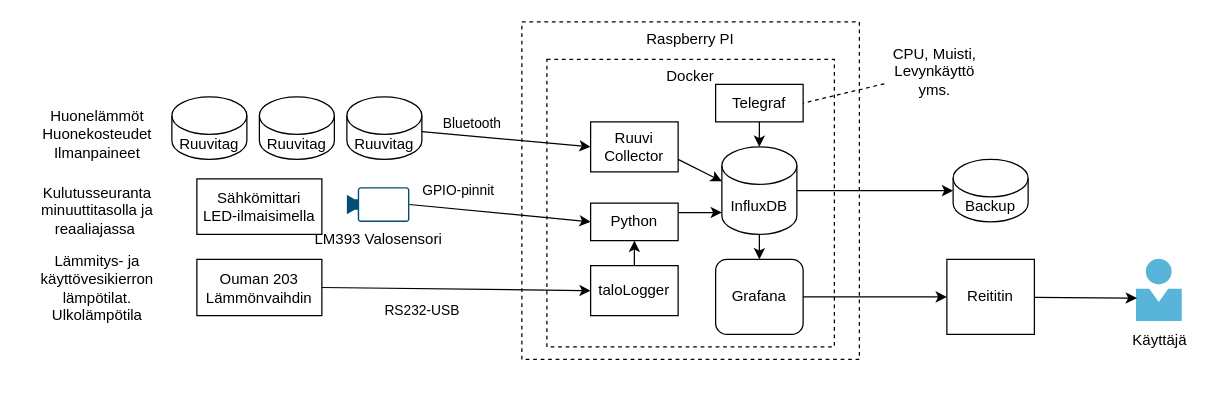
galigula2/Talonvalvonta keeps this draw.io diagram as diagrams/Talonvalvonta.drawio. Above is the earlier version. Source tidied: cells renumbered, new cells numbered last; positions are measured from the earlier drawing's top-left corner, leaving out a move shared by most shapes. Both pictures are drawn from the tidied source at 125%, with x=0, y=0 at pixel (28, 21).
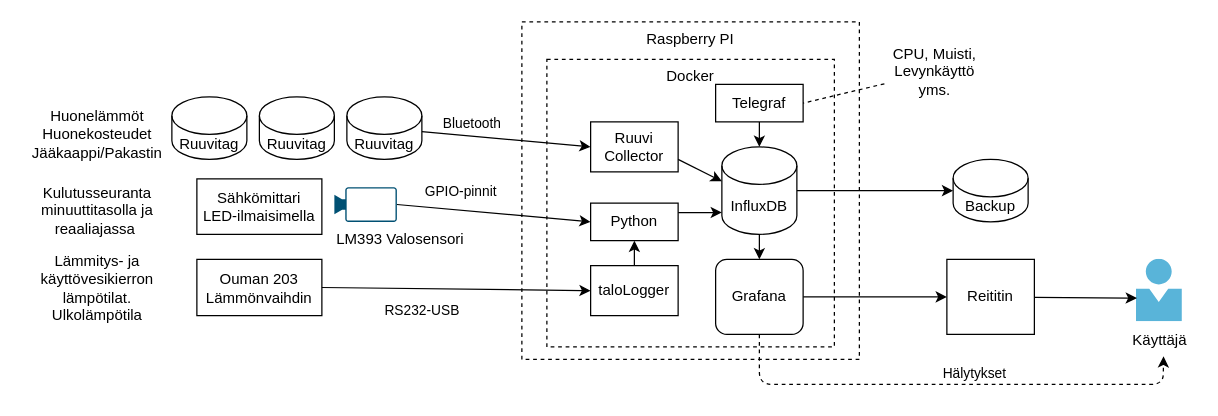
Above is the later version.

Commit message (it also covers changes not shown here):
Add alarms to diagrams

Unchanged cells that the change refers to:
```xml
<mxCell id="7" value="Grafana" style="rounded=1;whiteSpace=wrap;html=1;align=center;verticalAlign=middle;" parent="1" vertex="1">
  <mxGeometry x="550" y="190" width="70" height="60" as="geometry" />
</mxCell>
<mxCell id="17" style="rounded=0;jettySize=auto;html=1;entryX=0;entryY=0.5;entryDx=0;entryDy=0;exitX=1;exitY=0.5;exitDx=0;exitDy=0;exitPerimeter=0;" parent="1" edge="1" source="19" target="10">
  <mxGeometry relative="1" as="geometry" />
</mxCell>
<mxCell id="25" value="Käyttäjä" style="text;html=1;align=center;verticalAlign=middle;points=[];strokeColor=none;" parent="1" vertex="1">
  <mxGeometry x="875" y="245" width="60" height="20" as="geometry" />
</mxCell>
```

The edit, as a diff of the source:
```diff
@@
+    <mxCell id="40" style="edgeStyle=none;html=1;entryX=0.556;entryY=1.125;entryDx=0;entryDy=0;entryPerimeter=0;dashed=1;endArrow=classic;endFill=1;" parent="1" edge="1" source="7" target="25">
+      <mxGeometry relative="1" as="geometry">
+        <Array as="points">
+          <mxPoint x="585" y="290" />
+          <mxPoint x="908" y="290" />
+        </Array>
+      </mxGeometry>
+    </mxCell>
+    <mxCell id="41" value="Hälytykset" style="edgeLabel;html=1;align=center;verticalAlign=middle;" parent="40" vertex="1">
+      <mxGeometry x="0.24" y="1" relative="1" as="geometry">
+        <mxPoint x="-28" y="-9" as="offset" />
+      </mxGeometry>
+    </mxCell>
@@
     <mxCell id="18" value="GPIO-pinnit" style="edgeLabel;html=1;align=center;verticalAlign=middle;" parent="17" vertex="1">
       <mxGeometry x="-0.44" y="-1" relative="1" as="geometry">
-        <mxPoint x="-2" y="-17" as="offset" />
+        <mxPoint x="7" y="-16" as="offset" />
       </mxGeometry>
     </mxCell>
-    <mxCell id="19" value="LM393 Valosensori" style="points=[[0,0.5,0],[0.19,0.02,0],[0.59,0,0],[0.985,0.02,0],[1,0.5,0],[0.985,0.98,0],[0.59,1,0],[0.19,0.98,0]];verticalLabelPosition=bottom;html=1;verticalAlign=top;align=center;shape=mxgraph.cisco19.camera;fillColor=#005073;strokeColor=none;" parent="1" vertex="1">
-      <mxGeometry x="255" y="132.2" width="50" height="27.8" as="geometry" />
+    <mxCell id="19" value="LM393 Valosensori" style="points=[[0,0.5,0],[0.19,0.02,0],[0.59,0,0],[0.985,0.02,0],[1,0.5,0],[0.985,0.98,0],[0.59,1,0],[0.19,0.98,0]];verticalLabelPosition=bottom;html=1;verticalAlign=top;align=left;shape=mxgraph.cisco19.camera;fillColor=#005073;strokeColor=none;" parent="1" vertex="1">
+      <mxGeometry x="245" y="132.2" width="50" height="27.8" as="geometry" />
     </mxCell>
@@
-    <mxCell id="35" value="Huonelämmöt&lt;br&gt;Huonekosteudet&lt;br&gt;Ilmanpaineet" style="text;html=1;align=center;verticalAlign=middle;strokeColor=none;" parent="1" vertex="1">
-      <mxGeometry x="5" y="65" width="100" height="50" as="geometry" />
+    <mxCell id="35" value="Huonelämmöt&lt;br&gt;Huonekosteudet&lt;br&gt;Jääkaappi/Pakastin" style="text;html=1;align=center;verticalAlign=middle;strokeColor=none;" parent="1" vertex="1">
+      <mxGeometry x="-5" y="65" width="120" height="50" as="geometry" />
     </mxCell>
```
